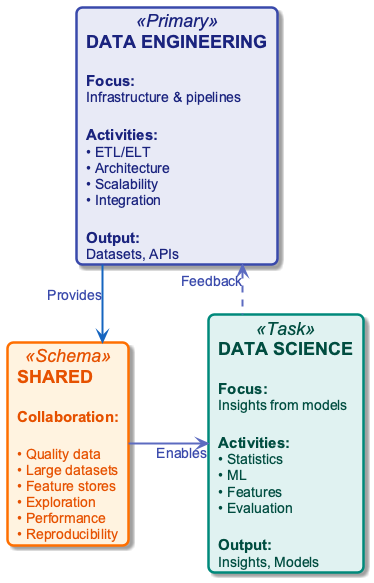
Earlier version of the PlantUML export diagrams/week01/week1_de_vs_ds.png (OrPerets/data-engineering-course).
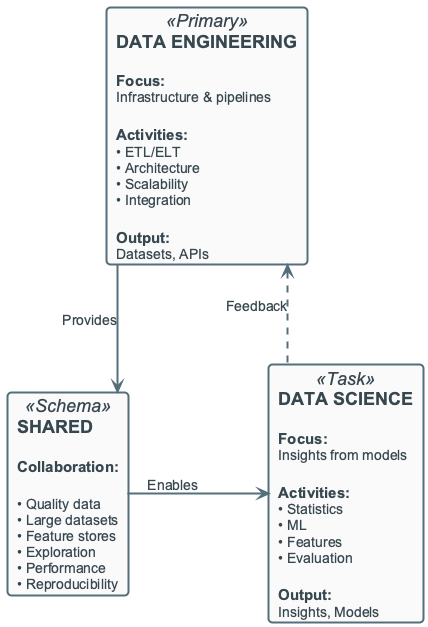
After the change.

Change to the diagram source:
```diff
@@ -8,8 +8,8 @@
 
 card "**SHARED**\n\n<size:15><b>Collaboration:</b></size>\n\n<size:14>• Quality data</size>\n<size:14>• Large datasets</size>\n<size:14>• Feature stores</size>\n<size:14>• Exploration</size>\n<size:14>• Performance</size>\n<size:14>• Reproducibility</size>" as O <<Schema>>
 
-DE -down[#1565C0,thickness=2]-> O : <color:#3949AB>Provides</color>
-O -right[#5C6BC0,thickness=2]-> DS : <color:#3949AB>Enables</color>
-DS -up[#5C6BC0,thickness=2,dashed]-> DE : <color:#3949AB>Feedback</color>
+DE -down-> O : Provides
+O -right-> DS : Enables
+DS -up[dashed]-> DE : Feedback
 
 @enduml
```
